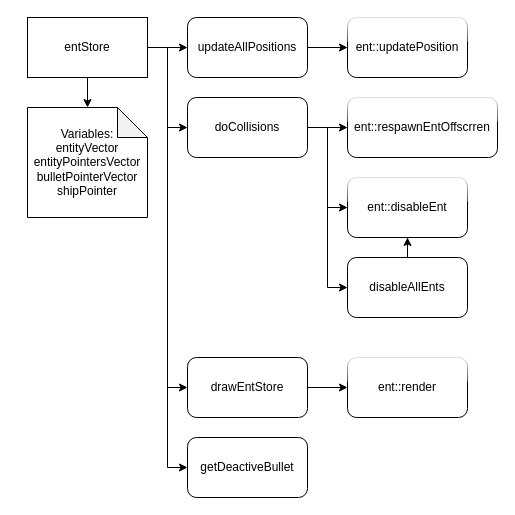
This is evidenceFolder/homework4/drawDocStuff/hw4EntStorePlannedUpgradesPDD.drawio from dr1zzleGDShu/miscRepoFixed, a draw.io file, before an edit. Source tidied: cells renumbered, new cells numbered last; positions are measured from the earlier drawing's top-left corner, leaving out a move shared by most shapes. Both pictures are drawn from the tidied source at 100%, with x=0, y=0 at pixel (27, 17).
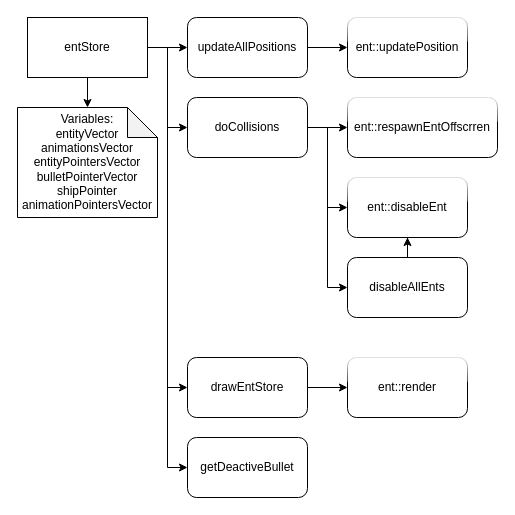
The same page after the edit.

The edit, as a diff of the source:
```diff
@@
-    <mxCell id="22" value="Variables:&lt;div&gt;entityVector&lt;/div&gt;&lt;div&gt;entityPointersVector&lt;/div&gt;&lt;div&gt;bulletPointerVector&lt;/div&gt;&lt;div&gt;shipPointer&lt;/div&gt;" style="shape=note;whiteSpace=wrap;html=1;backgroundOutline=1;darkOpacity=0.05;" parent="1" vertex="1">
-      <mxGeometry y="90" width="120" height="110" as="geometry" />
+    <mxCell id="22" value="Variables:&lt;div&gt;entityVector&lt;/div&gt;&lt;div&gt;animationsVector&lt;/div&gt;&lt;div&gt;entityPointersVector&lt;/div&gt;&lt;div&gt;bulletPointerVector&lt;/div&gt;&lt;div&gt;shipPointer&lt;/div&gt;&lt;div&gt;animationPointersVector&lt;/div&gt;" style="shape=note;whiteSpace=wrap;html=1;backgroundOutline=1;darkOpacity=0.05;" parent="1" vertex="1">
+      <mxGeometry x="-10" y="90" width="140" height="110" as="geometry" />
     </mxCell>
```
